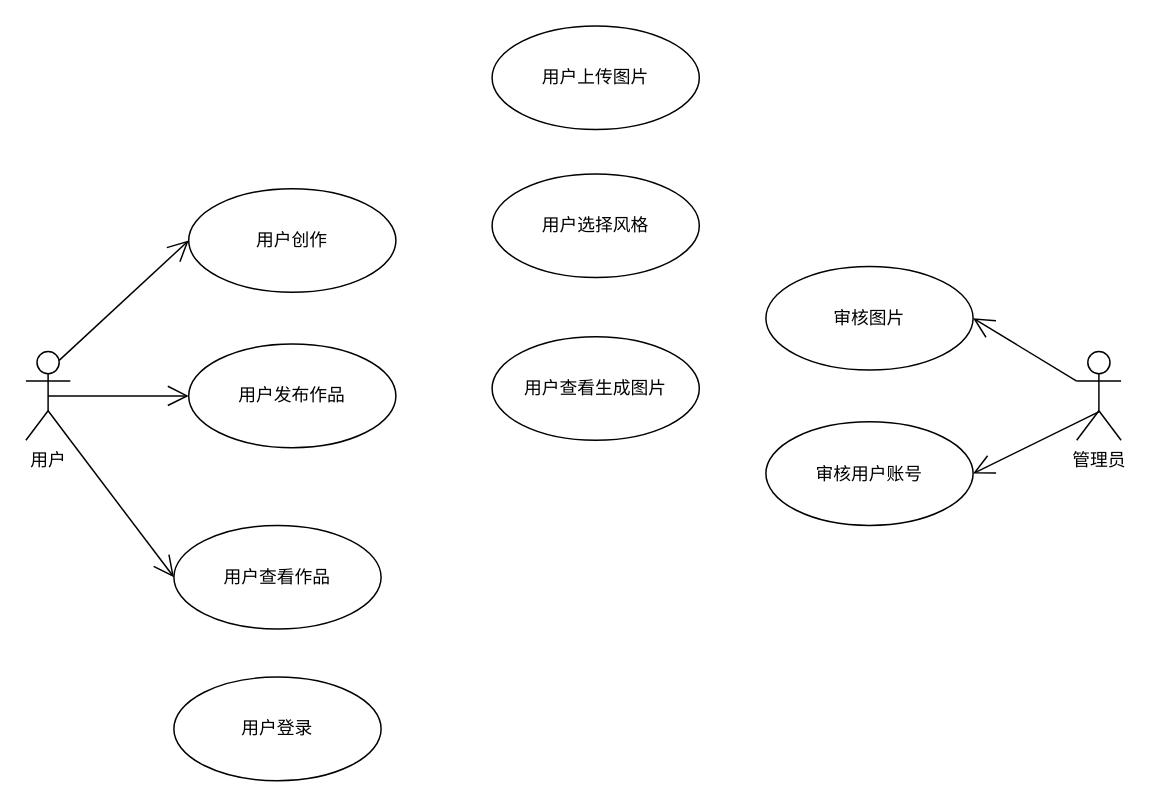
Before: doc/业务用例图.drawio in jwj1342/VanGogh, a draw.io diagram. Source tidied: cells renumbered, new cells numbered last; positions are measured from the earlier drawing's top-left corner, leaving out a move shared by most shapes. Both pictures are drawn from the tidied source at 148%, with x=0, y=0 at pixel (25, 25).
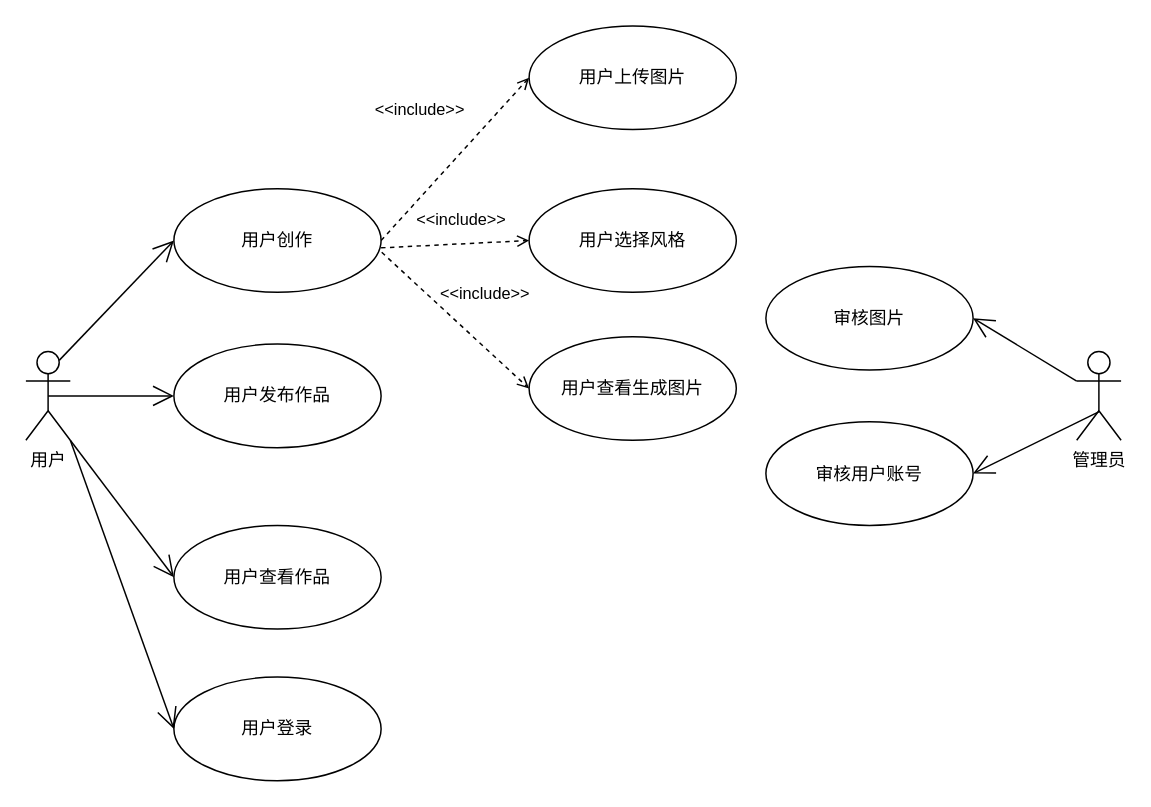
The same page after the edit.

Commit message (it also covers changes not shown here):
更新业务用例图.drawio

The change refers to these unchanged cells:
```xml
<mxCell id="15" value="用户登录" style="ellipse;whiteSpace=wrap;html=1;" parent="1" vertex="1">
  <mxGeometry x="100" y="440" width="140" height="70" as="geometry" />
</mxCell>
```

Change to the diagram source:
```diff
@@
     <mxCell id="3" value="用户上传图片" style="ellipse;whiteSpace=wrap;html=1;" parent="1" vertex="1">
-      <mxGeometry x="315" width="140" height="70" as="geometry" />
+      <mxGeometry x="340" width="140" height="70" as="geometry" />
     </mxCell>
     <mxCell id="4" value="用户选择风格" style="ellipse;whiteSpace=wrap;html=1;" parent="1" vertex="1">
-      <mxGeometry x="315" y="100" width="140" height="70" as="geometry" />
+      <mxGeometry x="340" y="110" width="140" height="70" as="geometry" />
     </mxCell>
     <mxCell id="5" value="用户查看生成图片" style="ellipse;whiteSpace=wrap;html=1;" parent="1" vertex="1">
-      <mxGeometry x="315" y="210" width="140" height="70" as="geometry" />
+      <mxGeometry x="340" y="210" width="140" height="70" as="geometry" />
     </mxCell>
     <mxCell id="6" value="用户发布作品" style="ellipse;whiteSpace=wrap;html=1;" parent="1" vertex="1">
-      <mxGeometry x="110" y="215" width="140" height="70" as="geometry" />
+      <mxGeometry x="100" y="215" width="140" height="70" as="geometry" />
     </mxCell>
@@
     <mxCell id="16" value="用户创作" style="ellipse;whiteSpace=wrap;html=1;" parent="1" vertex="1">
-      <mxGeometry x="110" y="110" width="140" height="70" as="geometry" />
+      <mxGeometry x="100" y="110" width="140" height="70" as="geometry" />
     </mxCell>
@@
+    <mxCell id="18" value="&amp;lt;&amp;lt;include&amp;gt;&amp;gt;" style="html=1;verticalAlign=bottom;labelBackgroundColor=none;endArrow=open;endFill=0;dashed=1;rounded=0;entryX=0;entryY=0.5;entryDx=0;entryDy=0;exitX=1;exitY=0.5;exitDx=0;exitDy=0;" parent="1" edge="1" source="16" target="3">
+      <mxGeometry x="0.02" y="34" relative="1" as="geometry" />
+    </mxCell>
+    <mxCell id="19" value="&amp;lt;&amp;lt;include&amp;gt;&amp;gt;" style="html=1;verticalAlign=bottom;labelBackgroundColor=none;endArrow=open;endFill=0;dashed=1;rounded=0;entryX=0;entryY=0.5;entryDx=0;entryDy=0;exitX=1;exitY=0.571;exitDx=0;exitDy=0;exitPerimeter=0;" parent="1" edge="1" source="16" target="4">
+      <mxGeometry x="0.08" y="7" relative="1" as="geometry" />
+    </mxCell>
+    <mxCell id="20" value="&amp;lt;&amp;lt;include&amp;gt;&amp;gt;" style="html=1;verticalAlign=bottom;labelBackgroundColor=none;endArrow=open;endFill=0;dashed=1;rounded=0;entryX=0;entryY=0.5;entryDx=0;entryDy=0;exitX=1.003;exitY=0.614;exitDx=0;exitDy=0;exitPerimeter=0;" parent="1" edge="1" source="16" target="5">
+      <mxGeometry x="0.12" y="20" relative="1" as="geometry" />
+    </mxCell>
+    <mxCell id="21" style="endArrow=open;endFill=1;endSize=12;html=1;rounded=0;entryX=0;entryY=0.5;entryDx=0;entryDy=0;" parent="1" edge="1" target="15">
+      <mxGeometry relative="1" as="geometry">
+        <mxPoint x="30" y="280" as="sourcePoint" />
+      </mxGeometry>
+    </mxCell>
```
